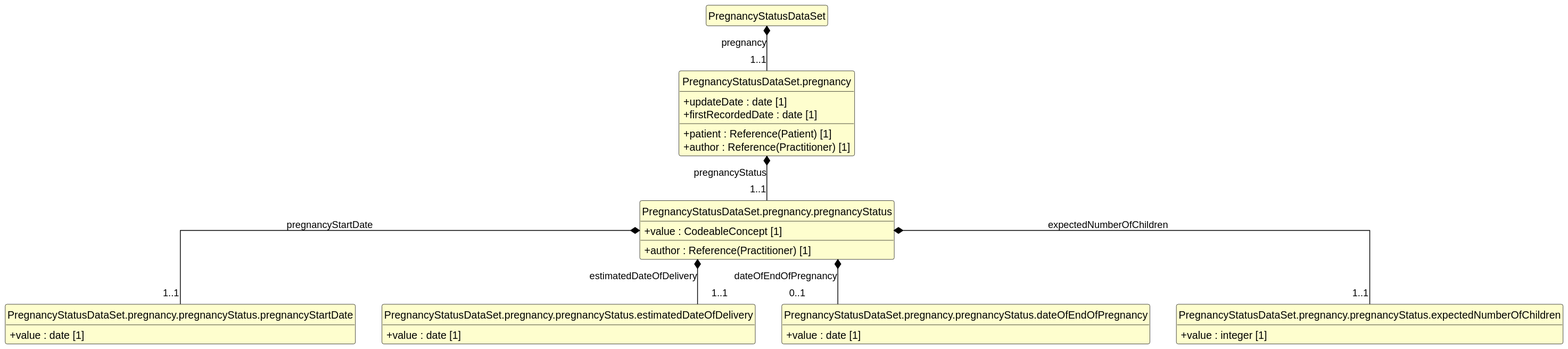
Before: exports/diagrams/PregnancyStatusDataSet-uml.svg, a diagram exported from PlantUML (caresets/caresets-src). Its diagram source:
```plantuml
@startuml
skinparam shadowing false
skinparam classAttributeIconSize 0
skinparam linetype ortho
skinparam class {
  BackgroundColor #FEFECE
  BorderColor #000000
  ArrowColor #000000
  FontStyle bold
  AttributeFontStyle normal
}
hide circle
hide empty members

class "PregnancyStatusDataSet" as PregnancyStatusDataSet {
}

class "PregnancyStatusDataSet.pregnancy" as PregnancyStatusDataSet_pregnancy {
  +patient : Reference(Patient) [1]
  +author : Reference(Practitioner) [1]
  +updateDate : date [1]
  +firstRecordedDate : date [1]
}

class "PregnancyStatusDataSet.pregnancy.pregnancyStatus" as PregnancyStatusDataSet_pregnancy_pregnancyStatus {
  +value : CodeableConcept [1]
  +author : Reference(Practitioner) [1]
}

class "PregnancyStatusDataSet.pregnancy.pregnancyStatus.pregnancyStartDate" as PregnancyStatusDataSet_pregnancy_pregnancyStatus_pregnancyStartDate {
  +value : date [1]
}

class "PregnancyStatusDataSet.pregnancy.pregnancyStatus.estimatedDateOfDelivery" as PregnancyStatusDataSet_pregnancy_pregnancyStatus_estimatedDateOfDelivery {
  +value : date [1]
}

class "PregnancyStatusDataSet.pregnancy.pregnancyStatus.dateOfEndOfPregnancy" as PregnancyStatusDataSet_pregnancy_pregnancyStatus_dateOfEndOfPregnancy {
  +value : date [1]
}

class "PregnancyStatusDataSet.pregnancy.pregnancyStatus.expectedNumberOfChildren" as PregnancyStatusDataSet_pregnancy_pregnancyStatus_expectedNumberOfChildren {
  +value : integer [1]
}

PregnancyStatusDataSet *-- "1..1" PregnancyStatusDataSet_pregnancy : pregnancy
PregnancyStatusDataSet_pregnancy *-- "1..1" PregnancyStatusDataSet_pregnancy_pregnancyStatus : pregnancyStatus
PregnancyStatusDataSet_pregnancy_pregnancyStatus *-- "1..1" PregnancyStatusDataSet_pregnancy_pregnancyStatus_pregnancyStartDate : pregnancyStartDate
PregnancyStatusDataSet_pregnancy_pregnancyStatus *-- "1..1" PregnancyStatusDataSet_pregnancy_pregnancyStatus_estimatedDateOfDelivery : estimatedDateOfDelivery
PregnancyStatusDataSet_pregnancy_pregnancyStatus *-- "0..1" PregnancyStatusDataSet_pregnancy_pregnancyStatus_dateOfEndOfPregnancy : dateOfEndOfPregnancy
PregnancyStatusDataSet_pregnancy_pregnancyStatus *-- "1..1" PregnancyStatusDataSet_pregnancy_pregnancyStatus_expectedNumberOfChildren : expectedNumberOfChildren
@enduml
```
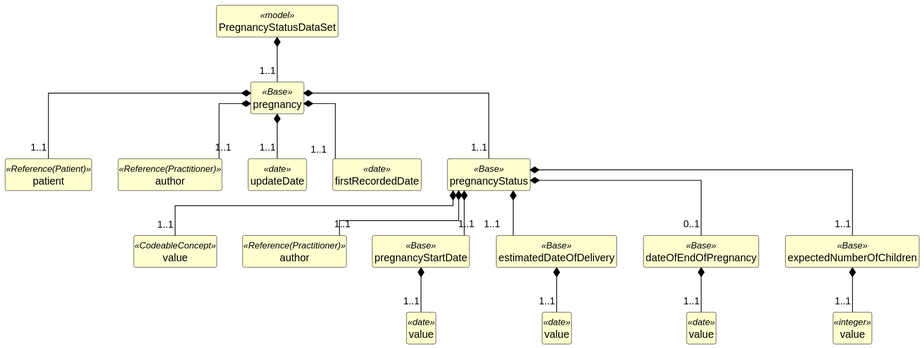
Above is the later version.

Diff of the diagram source:
```diff
@@ -12,41 +12,71 @@
 hide circle
 hide empty members
 
-class "PregnancyStatusDataSet" as PregnancyStatusDataSet {
+class "PregnancyStatusDataSet" as PregnancyStatusDataSet <<model>> {
 }
 
-class "PregnancyStatusDataSet.pregnancy" as PregnancyStatusDataSet_pregnancy {
-  +patient : Reference(Patient) [1]
-  +author : Reference(Practitioner) [1]
-  +updateDate : date [1]
-  +firstRecordedDate : date [1]
+class "pregnancy" as PregnancyStatusDataSet_pregnancy <<Base>> {
 }
 
-class "PregnancyStatusDataSet.pregnancy.pregnancyStatus" as PregnancyStatusDataSet_pregnancy_pregnancyStatus {
-  +value : CodeableConcept [1]
-  +author : Reference(Practitioner) [1]
+class "patient" as PregnancyStatusDataSet_pregnancy_patient <<Reference(Patient)>> {
 }
 
-class "PregnancyStatusDataSet.pregnancy.pregnancyStatus.pregnancyStartDate" as PregnancyStatusDataSet_pregnancy_pregnancyStatus_pregnancyStartDate {
-  +value : date [1]
+class "author" as PregnancyStatusDataSet_pregnancy_author <<Reference(Practitioner)>> {
 }
 
-class "PregnancyStatusDataSet.pregnancy.pregnancyStatus.estimatedDateOfDelivery" as PregnancyStatusDataSet_pregnancy_pregnancyStatus_estimatedDateOfDelivery {
-  +value : date [1]
+class "updateDate" as PregnancyStatusDataSet_pregnancy_updateDate <<date>> {
 }
 
-class "PregnancyStatusDataSet.pregnancy.pregnancyStatus.dateOfEndOfPregnancy" as PregnancyStatusDataSet_pregnancy_pregnancyStatus_dateOfEndOfPregnancy {
-  +value : date [1]
+class "firstRecordedDate" as PregnancyStatusDataSet_pregnancy_firstRecordedDate <<date>> {
 }
 
-class "PregnancyStatusDataSet.pregnancy.pregnancyStatus.expectedNumberOfChildren" as PregnancyStatusDataSet_pregnancy_pregnancyStatus_expectedNumberOfChildren {
-  +value : integer [1]
+class "pregnancyStatus" as PregnancyStatusDataSet_pregnancy_pregnancyStatus <<Base>> {
 }
 
-PregnancyStatusDataSet *-- "1..1" PregnancyStatusDataSet_pregnancy : pregnancy
-PregnancyStatusDataSet_pregnancy *-- "1..1" PregnancyStatusDataSet_pregnancy_pregnancyStatus : pregnancyStatus
-PregnancyStatusDataSet_pregnancy_pregnancyStatus *-- "1..1" PregnancyStatusDataSet_pregnancy_pregnancyStatus_pregnancyStartDate : pregnancyStartDate
-PregnancyStatusDataSet_pregnancy_pregnancyStatus *-- "1..1" PregnancyStatusDataSet_pregnancy_pregnancyStatus_estimatedDateOfDelivery : estimatedDateOfDelivery
-PregnancyStatusDataSet_pregnancy_pregnancyStatus *-- "0..1" PregnancyStatusDataSet_pregnancy_pregnancyStatus_dateOfEndOfPregnancy : dateOfEndOfPregnancy
-PregnancyStatusDataSet_pregnancy_pregnancyStatus *-- "1..1" PregnancyStatusDataSet_pregnancy_pregnancyStatus_expectedNumberOfChildren : expectedNumberOfChildren
+class "value" as PregnancyStatusDataSet_pregnancy_pregnancyStatus_value <<CodeableConcept>> {
+}
+
+class "author" as PregnancyStatusDataSet_pregnancy_pregnancyStatus_author <<Reference(Practitioner)>> {
+}
+
+class "pregnancyStartDate" as PregnancyStatusDataSet_pregnancy_pregnancyStatus_pregnancyStartDate <<Base>> {
+}
+
+class "value" as PregnancyStatusDataSet_pregnancy_pregnancyStatus_pregnancyStartDate_value <<date>> {
+}
+
+class "estimatedDateOfDelivery" as PregnancyStatusDataSet_pregnancy_pregnancyStatus_estimatedDateOfDelivery <<Base>> {
+}
+
+class "value" as PregnancyStatusDataSet_pregnancy_pregnancyStatus_estimatedDateOfDelivery_value <<date>> {
+}
+
+class "dateOfEndOfPregnancy" as PregnancyStatusDataSet_pregnancy_pregnancyStatus_dateOfEndOfPregnancy <<Base>> {
+}
+
+class "value" as PregnancyStatusDataSet_pregnancy_pregnancyStatus_dateOfEndOfPregnancy_value <<date>> {
+}
+
+class "expectedNumberOfChildren" as PregnancyStatusDataSet_pregnancy_pregnancyStatus_expectedNumberOfChildren <<Base>> {
+}
+
+class "value" as PregnancyStatusDataSet_pregnancy_pregnancyStatus_expectedNumberOfChildren_value <<integer>> {
+}
+
+PregnancyStatusDataSet *-- "1..1" PregnancyStatusDataSet_pregnancy
+PregnancyStatusDataSet_pregnancy *-- "1..1" PregnancyStatusDataSet_pregnancy_patient
+PregnancyStatusDataSet_pregnancy *-- "1..1" PregnancyStatusDataSet_pregnancy_author
+PregnancyStatusDataSet_pregnancy *-- "1..1" PregnancyStatusDataSet_pregnancy_updateDate
+PregnancyStatusDataSet_pregnancy *-- "1..1" PregnancyStatusDataSet_pregnancy_firstRecordedDate
+PregnancyStatusDataSet_pregnancy *-- "1..1" PregnancyStatusDataSet_pregnancy_pregnancyStatus
+PregnancyStatusDataSet_pregnancy_pregnancyStatus *-- "1..1" PregnancyStatusDataSet_pregnancy_pregnancyStatus_value
+PregnancyStatusDataSet_pregnancy_pregnancyStatus *-- "1..1" PregnancyStatusDataSet_pregnancy_pregnancyStatus_author
+PregnancyStatusDataSet_pregnancy_pregnancyStatus *-- "1..1" PregnancyStatusDataSet_pregnancy_pregnancyStatus_pregnancyStartDate
+PregnancyStatusDataSet_pregnancy_pregnancyStatus_pregnancyStartDate *-- "1..1" PregnancyStatusDataSet_pregnancy_pregnancyStatus_pregnancyStartDate_value
+PregnancyStatusDataSet_pregnancy_pregnancyStatus *-- "1..1" PregnancyStatusDataSet_pregnancy_pregnancyStatus_estimatedDateOfDelivery
+PregnancyStatusDataSet_pregnancy_pregnancyStatus_estimatedDateOfDelivery *-- "1..1" PregnancyStatusDataSet_pregnancy_pregnancyStatus_estimatedDateOfDelivery_value
+PregnancyStatusDataSet_pregnancy_pregnancyStatus *-- "0..1" PregnancyStatusDataSet_pregnancy_pregnancyStatus_dateOfEndOfPregnancy
+PregnancyStatusDataSet_pregnancy_pregnancyStatus_dateOfEndOfPregnancy *-- "1..1" PregnancyStatusDataSet_pregnancy_pregnancyStatus_dateOfEndOfPregnancy_value
+PregnancyStatusDataSet_pregnancy_pregnancyStatus *-- "1..1" PregnancyStatusDataSet_pregnancy_pregnancyStatus_expectedNumberOfChildren
+PregnancyStatusDataSet_pregnancy_pregnancyStatus_expectedNumberOfChildren *-- "1..1" PregnancyStatusDataSet_pregnancy_pregnancyStatus_expectedNumberOfChildren_value
 @enduml
```
